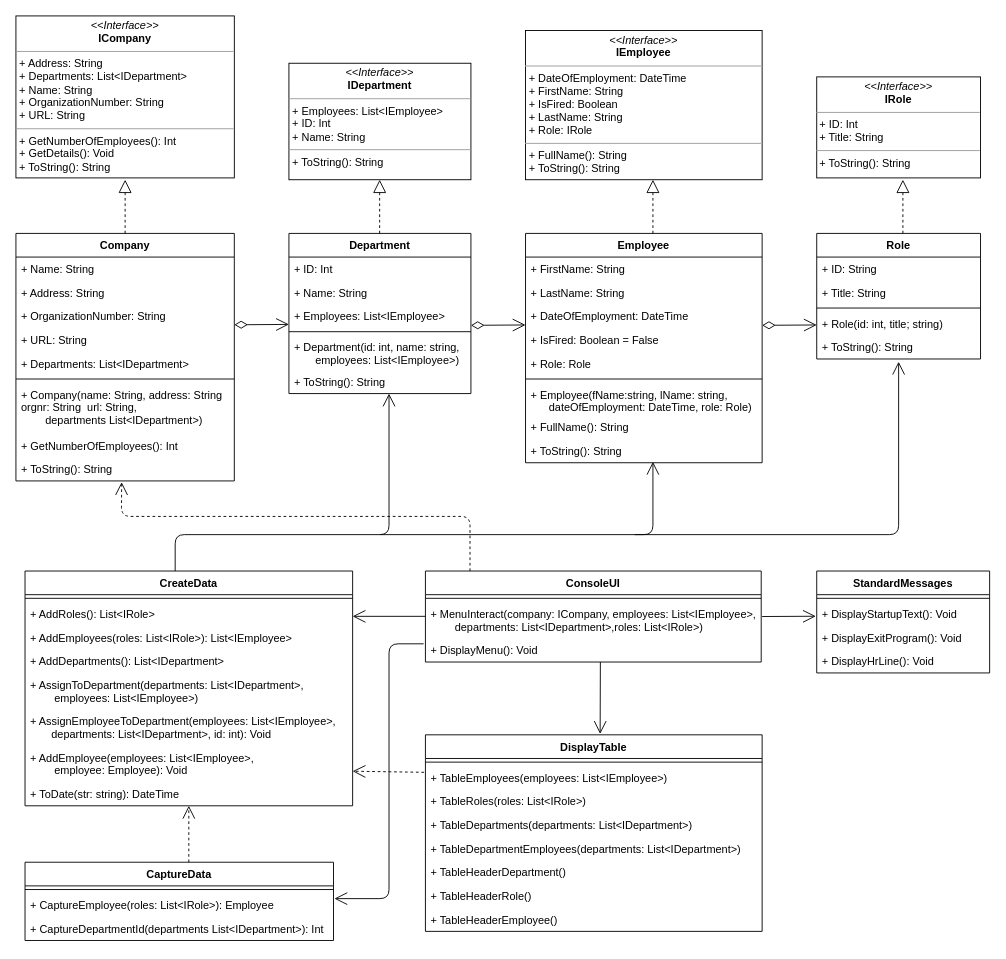
philipsinnott/gik2f7_laborationer keeps this draw.io diagram as laboration_3/DICE.drawio. Above is the earlier version. Source tidied: cells renumbered, new cells numbered last; positions are measured from the earlier drawing's top-left corner, leaving out a move shared by most shapes. Both pictures are drawn from the tidied source at 91%, with x=0, y=0 at pixel (15, 15).
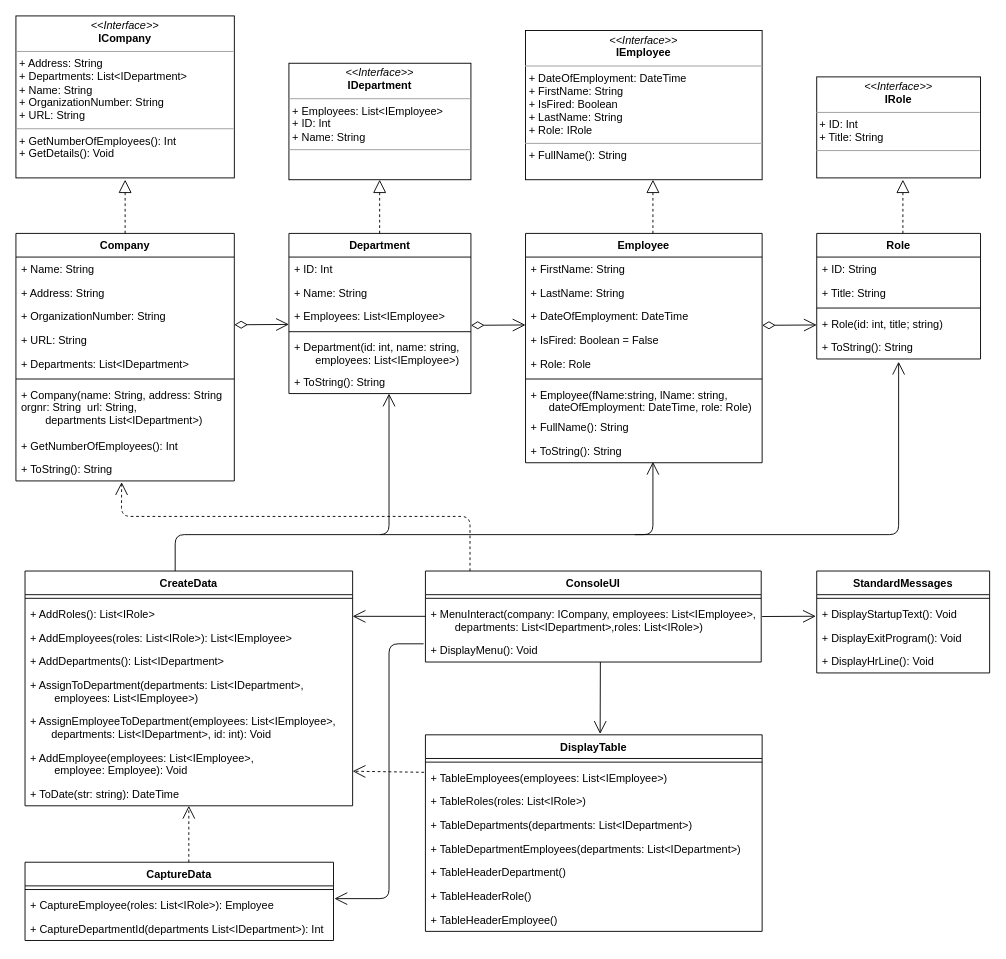
After the change.

Commit message:
Removed ToString() from interfaces

Diff of the diagram source:
```diff
@@
-    <mxCell id="69" value="&lt;p style=&quot;margin: 0px ; margin-top: 4px ; text-align: center&quot;&gt;&lt;i&gt;&amp;lt;&amp;lt;Interface&amp;gt;&amp;gt;&lt;/i&gt;&lt;br&gt;&lt;b&gt;ICompany&lt;/b&gt;&lt;/p&gt;&lt;hr size=&quot;1&quot;&gt;&lt;p style=&quot;margin: 0px ; margin-left: 4px&quot;&gt;+ Address: String&lt;br&gt;+ Departments: List&amp;lt;IDepartment&amp;gt;&lt;/p&gt;&lt;p style=&quot;margin: 0px ; margin-left: 4px&quot;&gt;+ Name: String&lt;/p&gt;&lt;p style=&quot;margin: 0px ; margin-left: 4px&quot;&gt;+ OrganizationNumber: String&lt;/p&gt;&lt;p style=&quot;margin: 0px ; margin-left: 4px&quot;&gt;+ URL: String&lt;br&gt;&lt;/p&gt;&lt;hr size=&quot;1&quot;&gt;&lt;p style=&quot;margin: 0px ; margin-left: 4px&quot;&gt;+ GetNumberOfEmployees(): Int&lt;span&gt;&lt;br&gt;&lt;/span&gt;&lt;/p&gt;&lt;p style=&quot;margin: 0px ; margin-left: 4px&quot;&gt;+ GetDetails(): Void&lt;br&gt;&lt;/p&gt;&lt;p style=&quot;margin: 0px ; margin-left: 4px&quot;&gt;&lt;span&gt;+ ToString(): String&lt;/span&gt;&lt;br&gt;&lt;/p&gt;" style="verticalAlign=top;align=left;overflow=fill;fontSize=12;fontFamily=Helvetica;html=1;" parent="1" vertex="1">
+    <mxCell id="69" value="&lt;p style=&quot;margin: 0px ; margin-top: 4px ; text-align: center&quot;&gt;&lt;i&gt;&amp;lt;&amp;lt;Interface&amp;gt;&amp;gt;&lt;/i&gt;&lt;br&gt;&lt;b&gt;ICompany&lt;/b&gt;&lt;/p&gt;&lt;hr size=&quot;1&quot;&gt;&lt;p style=&quot;margin: 0px ; margin-left: 4px&quot;&gt;+ Address: String&lt;br&gt;+ Departments: List&amp;lt;IDepartment&amp;gt;&lt;/p&gt;&lt;p style=&quot;margin: 0px ; margin-left: 4px&quot;&gt;+ Name: String&lt;/p&gt;&lt;p style=&quot;margin: 0px ; margin-left: 4px&quot;&gt;+ OrganizationNumber: String&lt;/p&gt;&lt;p style=&quot;margin: 0px ; margin-left: 4px&quot;&gt;+ URL: String&lt;br&gt;&lt;/p&gt;&lt;hr size=&quot;1&quot;&gt;&lt;p style=&quot;margin: 0px ; margin-left: 4px&quot;&gt;+ GetNumberOfEmployees(): Int&lt;span&gt;&lt;br&gt;&lt;/span&gt;&lt;/p&gt;&lt;p style=&quot;margin: 0px ; margin-left: 4px&quot;&gt;+ GetDetails(): Void&lt;br&gt;&lt;/p&gt;" style="verticalAlign=top;align=left;overflow=fill;fontSize=12;fontFamily=Helvetica;html=1;" parent="1" vertex="1">
       <mxGeometry width="240" height="178" as="geometry" />
     </mxCell>
-    <mxCell id="70" value="&lt;p style=&quot;margin: 0px ; margin-top: 4px ; text-align: center&quot;&gt;&lt;i&gt;&amp;lt;&amp;lt;Interface&amp;gt;&amp;gt;&lt;/i&gt;&lt;br&gt;&lt;b&gt;IDepartment&lt;/b&gt;&lt;br&gt;&lt;/p&gt;&lt;hr size=&quot;1&quot;&gt;&lt;p style=&quot;margin: 0px ; margin-left: 4px&quot;&gt;+ Employees: List&amp;lt;IEmployee&amp;gt;&lt;br&gt;+ ID: Int&lt;/p&gt;&lt;p style=&quot;margin: 0px ; margin-left: 4px&quot;&gt;+ Name: String&lt;br&gt;&lt;/p&gt;&lt;hr size=&quot;1&quot;&gt;&lt;p style=&quot;margin: 0px ; margin-left: 4px&quot;&gt;&lt;span&gt;+ ToString(): String&lt;/span&gt;&lt;br&gt;&lt;/p&gt;" style="verticalAlign=top;align=left;overflow=fill;fontSize=12;fontFamily=Helvetica;html=1;" parent="1" vertex="1">
+    <mxCell id="70" value="&lt;p style=&quot;margin: 0px ; margin-top: 4px ; text-align: center&quot;&gt;&lt;i&gt;&amp;lt;&amp;lt;Interface&amp;gt;&amp;gt;&lt;/i&gt;&lt;br&gt;&lt;b&gt;IDepartment&lt;/b&gt;&lt;br&gt;&lt;/p&gt;&lt;hr size=&quot;1&quot;&gt;&lt;p style=&quot;margin: 0px ; margin-left: 4px&quot;&gt;+ Employees: List&amp;lt;IEmployee&amp;gt;&lt;br&gt;+ ID: Int&lt;/p&gt;&lt;p style=&quot;margin: 0px ; margin-left: 4px&quot;&gt;+ Name: String&lt;br&gt;&lt;/p&gt;&lt;hr size=&quot;1&quot;&gt;&lt;p style=&quot;margin: 0px ; margin-left: 4px&quot;&gt;&lt;br&gt;&lt;/p&gt;" style="verticalAlign=top;align=left;overflow=fill;fontSize=12;fontFamily=Helvetica;html=1;" parent="1" vertex="1">
       <mxGeometry x="300" y="52" width="200" height="128" as="geometry" />
     </mxCell>
-    <mxCell id="71" value="&lt;p style=&quot;margin: 0px ; margin-top: 4px ; text-align: center&quot;&gt;&lt;i&gt;&amp;lt;&amp;lt;Interface&amp;gt;&amp;gt;&lt;/i&gt;&lt;br&gt;&lt;b&gt;IEmployee&lt;/b&gt;&lt;br&gt;&lt;/p&gt;&lt;hr size=&quot;1&quot;&gt;&lt;p style=&quot;margin: 0px ; margin-left: 4px&quot;&gt;+ DateOfEmployment: DateTime&lt;br&gt;+ FirstName: String&lt;br&gt;&lt;/p&gt;&lt;p style=&quot;margin: 0px ; margin-left: 4px&quot;&gt;+ IsFired: Boolean&lt;br&gt;&lt;/p&gt;&lt;p style=&quot;margin: 0px ; margin-left: 4px&quot;&gt;+ LastName: String&lt;br&gt;&lt;/p&gt;&lt;p style=&quot;margin: 0px ; margin-left: 4px&quot;&gt;+ Role: IRole&lt;br&gt;&lt;/p&gt;&lt;hr size=&quot;1&quot;&gt;&lt;p style=&quot;margin: 0px ; margin-left: 4px&quot;&gt;+ FullName(): String&lt;/p&gt;&lt;p style=&quot;margin: 0px ; margin-left: 4px&quot;&gt;&lt;span&gt;+ ToString(): String&lt;/span&gt;&lt;br&gt;&lt;/p&gt;" style="verticalAlign=top;align=left;overflow=fill;fontSize=12;fontFamily=Helvetica;html=1;" parent="1" vertex="1">
+    <mxCell id="71" value="&lt;p style=&quot;margin: 0px ; margin-top: 4px ; text-align: center&quot;&gt;&lt;i&gt;&amp;lt;&amp;lt;Interface&amp;gt;&amp;gt;&lt;/i&gt;&lt;br&gt;&lt;b&gt;IEmployee&lt;/b&gt;&lt;br&gt;&lt;/p&gt;&lt;hr size=&quot;1&quot;&gt;&lt;p style=&quot;margin: 0px ; margin-left: 4px&quot;&gt;+ DateOfEmployment: DateTime&lt;br&gt;+ FirstName: String&lt;br&gt;&lt;/p&gt;&lt;p style=&quot;margin: 0px ; margin-left: 4px&quot;&gt;+ IsFired: Boolean&lt;br&gt;&lt;/p&gt;&lt;p style=&quot;margin: 0px ; margin-left: 4px&quot;&gt;+ LastName: String&lt;br&gt;&lt;/p&gt;&lt;p style=&quot;margin: 0px ; margin-left: 4px&quot;&gt;+ Role: IRole&lt;br&gt;&lt;/p&gt;&lt;hr size=&quot;1&quot;&gt;&lt;p style=&quot;margin: 0px ; margin-left: 4px&quot;&gt;+ FullName(): String&lt;/p&gt;" style="verticalAlign=top;align=left;overflow=fill;fontSize=12;fontFamily=Helvetica;html=1;" parent="1" vertex="1">
       <mxGeometry x="560" y="16" width="260" height="164" as="geometry" />
     </mxCell>
-    <mxCell id="72" value="&lt;p style=&quot;margin: 0px ; margin-top: 4px ; text-align: center&quot;&gt;&lt;i&gt;&amp;lt;&amp;lt;Interface&amp;gt;&amp;gt;&lt;/i&gt;&lt;br&gt;&lt;b&gt;IRole&lt;/b&gt;&lt;br&gt;&lt;/p&gt;&lt;hr size=&quot;1&quot;&gt;&lt;div&gt;&amp;nbsp;+ ID: Int&lt;/div&gt;&lt;div&gt;&amp;nbsp;+ Title: String&lt;br&gt;&lt;/div&gt;&lt;hr size=&quot;1&quot;&gt;&lt;p style=&quot;margin: 0px ; margin-left: 4px&quot;&gt;&lt;/p&gt;&amp;nbsp;+ ToString(): String" style="verticalAlign=top;align=left;overflow=fill;fontSize=12;fontFamily=Helvetica;html=1;" parent="1" vertex="1">
+    <mxCell id="72" value="&lt;p style=&quot;margin: 0px ; margin-top: 4px ; text-align: center&quot;&gt;&lt;i&gt;&amp;lt;&amp;lt;Interface&amp;gt;&amp;gt;&lt;/i&gt;&lt;br&gt;&lt;b&gt;IRole&lt;/b&gt;&lt;br&gt;&lt;/p&gt;&lt;hr size=&quot;1&quot;&gt;&lt;div&gt;&amp;nbsp;+ ID: Int&lt;/div&gt;&lt;div&gt;&amp;nbsp;+ Title: String&lt;br&gt;&lt;/div&gt;&lt;hr size=&quot;1&quot;&gt;&lt;p style=&quot;margin: 0px ; margin-left: 4px&quot;&gt;&lt;/p&gt;" style="verticalAlign=top;align=left;overflow=fill;fontSize=12;fontFamily=Helvetica;html=1;" parent="1" vertex="1">
       <mxGeometry x="880" y="67" width="180" height="111" as="geometry" />
     </mxCell>
```
